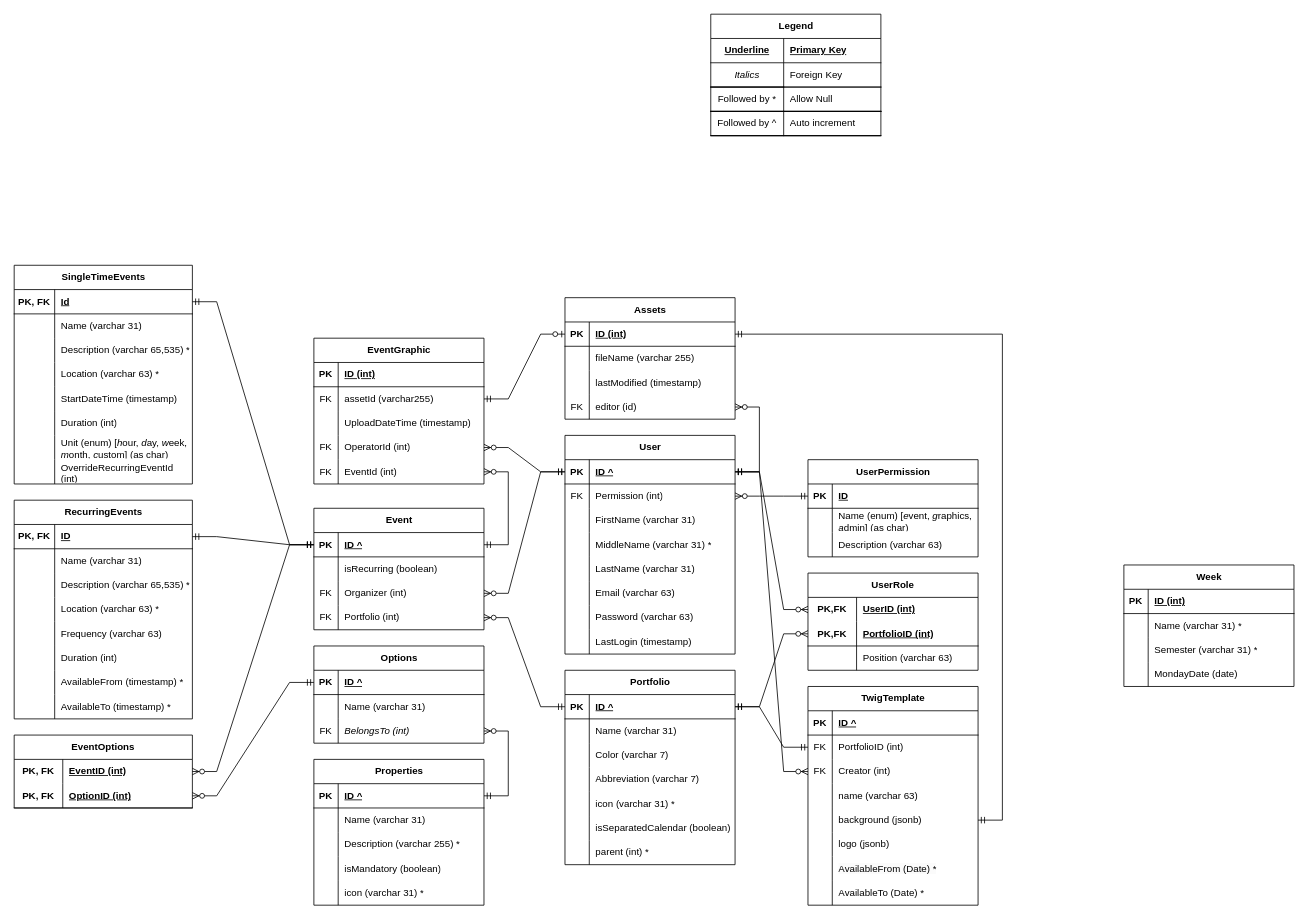
The draw.io diagram design/eTWIG.ER.drawio in stewebb/eTWIG, before the edit. Source tidied: cells renumbered, new cells numbered last; positions are measured from the earlier drawing's top-left corner, leaving out a move shared by most shapes. Both pictures are drawn from the tidied source at 81%, with x=0, y=0 at pixel (14, 14).
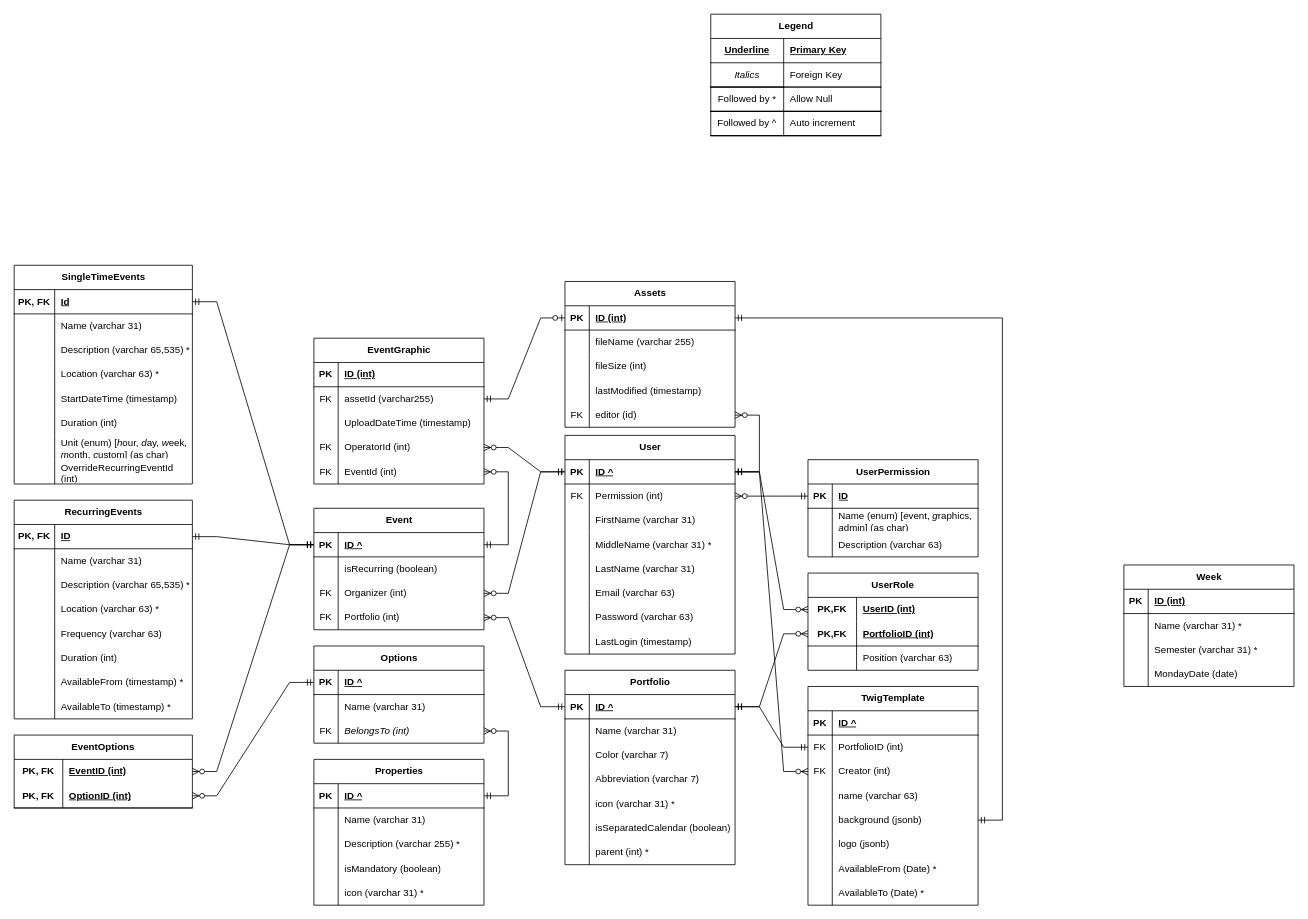
Above is the later version.

Change to the diagram source:
```diff
@@
     <mxCell id="219" value="Assets" style="shape=table;startSize=30;childLayout=tableLayout;rowLines=0;fontStyle=1;align=center;html=1;" parent="1" vertex="1">
-      <mxGeometry x="680" y="350" width="210" height="150" as="geometry" />
+      <mxGeometry x="680" y="330" width="210" height="180" as="geometry" />
     </mxCell>
@@
+    <mxCell id="262" style="shape=tableRow;horizontal=0;startSize=0;swimlaneHead=0;swimlaneBody=0;fillColor=none;top=0;left=0;right=0;bottom=0;" parent="219" vertex="1">
+      <mxGeometry y="90" width="210" height="30" as="geometry" />
+    </mxCell>
+    <mxCell id="263" style="shape=partialRectangle;fillColor=none;top=0;left=0;bottom=0;right=0;overflow=hidden;whiteSpace=wrap;html=1;" parent="262" vertex="1">
+      <mxGeometry width="30" height="30" as="geometry" />
+    </mxCell>
+    <mxCell id="264" value="fileSize (int)" style="shape=partialRectangle;fillColor=none;top=0;left=0;bottom=0;right=0;align=left;spacingLeft=6;overflow=hidden;whiteSpace=wrap;html=1;" parent="262" vertex="1">
+      <mxGeometry x="30" width="180" height="30" as="geometry" />
+    </mxCell>
     <mxCell id="226" style="shape=tableRow;horizontal=0;startSize=0;swimlaneHead=0;swimlaneBody=0;fillColor=none;top=0;left=0;right=0;bottom=0;" parent="219" vertex="1">
-      <mxGeometry y="90" width="210" height="30" as="geometry" />
+      <mxGeometry y="120" width="210" height="30" as="geometry" />
     </mxCell>
@@
     <mxCell id="229" style="shape=tableRow;horizontal=0;startSize=0;swimlaneHead=0;swimlaneBody=0;fillColor=none;points=[[0,0.5],[1,0.5]];portConstraint=eastwest;top=0;left=0;right=0;bottom=0;" parent="219" vertex="1">
-      <mxGeometry y="120" width="210" height="30" as="geometry" />
+      <mxGeometry y="150" width="210" height="30" as="geometry" />
     </mxCell>
```
